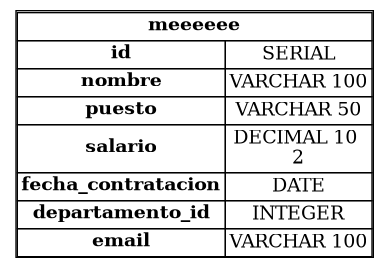
This is ImagenesTablas/grafico.png from KRMushin/ProyectoFinal_LFP, a Graphviz export, as it was before one commit. Its source is kept beside it as ImagenesTablas/grafico.dot. Its diagram source:
```dot
digraph G {
    meeeeee [label=<
        <TABLE BORDER="1" CELLBORDER="1" CELLSPACING="0">
            <TR><TD COLSPAN="2"><B>meeeeee</B></TD></TR>
            <TR><TD><B>id</B></TD><TD>SERIAL</TD></TR>
            <TR><TD><B>nombre</B></TD><TD>VARCHAR 100</TD></TR>
            <TR><TD><B>puesto</B></TD><TD>VARCHAR 50</TD></TR>
            <TR><TD><B>salario</B></TD><TD>DECIMAL 10 <br/>2</TD></TR>
            <TR><TD><B>fecha_contratacion</B></TD><TD>DATE</TD></TR>
            <TR><TD><B>departamento_id</B></TD><TD>INTEGER</TD></TR>
            <TR><TD><B>email</B></TD><TD>VARCHAR 100</TD></TR>
        </TABLE>
    > shape=plaintext];
}
```
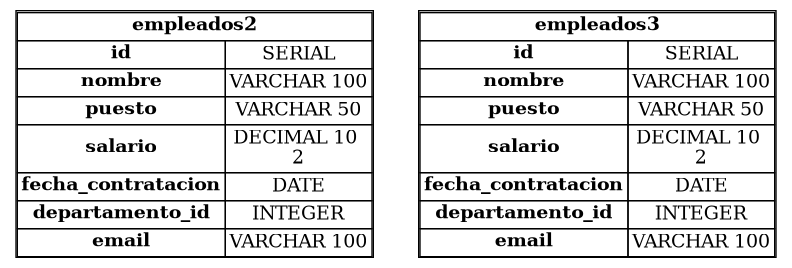
The same diagram one commit later.

Diff of the diagram source:
```diff
@@ -1,7 +1,19 @@
 digraph G {
-    meeeeee [label=<
+    empleados2 [label=<
         <TABLE BORDER="1" CELLBORDER="1" CELLSPACING="0">
-            <TR><TD COLSPAN="2"><B>meeeeee</B></TD></TR>
+            <TR><TD COLSPAN="2"><B>empleados2</B></TD></TR>
+            <TR><TD><B>id</B></TD><TD>SERIAL</TD></TR>
+            <TR><TD><B>nombre</B></TD><TD>VARCHAR 100</TD></TR>
+            <TR><TD><B>puesto</B></TD><TD>VARCHAR 50</TD></TR>
+            <TR><TD><B>salario</B></TD><TD>DECIMAL 10 <br/>2</TD></TR>
+            <TR><TD><B>fecha_contratacion</B></TD><TD>DATE</TD></TR>
+            <TR><TD><B>departamento_id</B></TD><TD>INTEGER</TD></TR>
+            <TR><TD><B>email</B></TD><TD>VARCHAR 100</TD></TR>
+        </TABLE>
+    > shape=plaintext];
+    empleados3 [label=<
+        <TABLE BORDER="1" CELLBORDER="1" CELLSPACING="0">
+            <TR><TD COLSPAN="2"><B>empleados3</B></TD></TR>
             <TR><TD><B>id</B></TD><TD>SERIAL</TD></TR>
             <TR><TD><B>nombre</B></TD><TD>VARCHAR 100</TD></TR>
             <TR><TD><B>puesto</B></TD><TD>VARCHAR 50</TD></TR>
```
